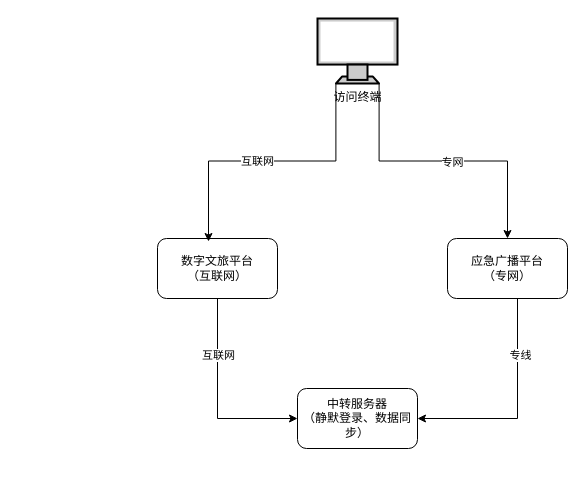
The draw.io diagram 应急广播平台.drawio in z-cloud-z/draw, before the edit. Source tidied: cells renumbered, new cells numbered last; positions are measured from the earlier drawing's top-left corner, leaving out a move shared by most shapes. Both pictures are drawn from the tidied source at 100%, with x=0, y=0 at pixel (157, 18).
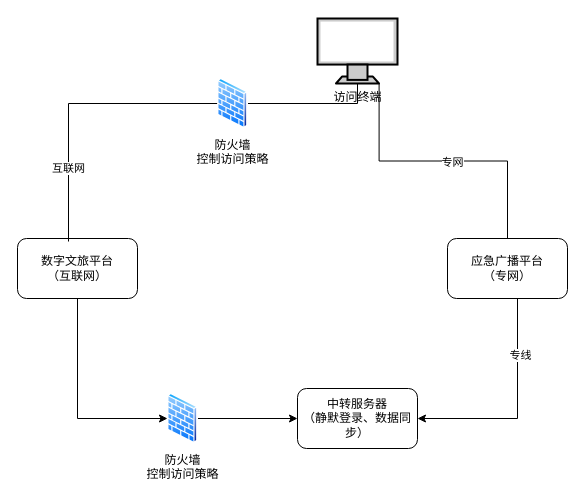
The same diagram, later.

Commit message (it also covers changes not shown here):
更新应急广播平台.drawio

The change refers to these unchanged cells:
```xml
<mxCell id="7" value="应急广播平台&lt;div&gt;（专网）&lt;/div&gt;" style="rounded=1;whiteSpace=wrap;html=1;" parent="1" vertex="1">
  <mxGeometry x="290" y="220" width="120" height="60" as="geometry" />
</mxCell>
<mxCell id="10" value="访问终端" style="fontColor=#000000;verticalAlign=top;verticalLabelPosition=bottom;labelPosition=center;align=center;html=1;outlineConnect=0;fillColor=#CCCCCC;strokeColor=#000000;gradientColor=none;gradientDirection=north;strokeWidth=2;shape=mxgraph.networks.monitor;" parent="1" vertex="1">
  <mxGeometry x="160" width="80" height="65" as="geometry" />
</mxCell>
<mxCell id="13" value="中转服务器&lt;div&gt;（静默登录、数据同步）&lt;/div&gt;" style="rounded=1;whiteSpace=wrap;html=1;" parent="1" vertex="1">
  <mxGeometry x="140" y="370" width="120" height="60" as="geometry" />
</mxCell>
```

The edit, as a diff of the source:
```diff
@@
-    <mxCell id="2" style="edgeStyle=orthogonalEdgeStyle;rounded=0;jettySize=auto;html=1;entryX=0;entryY=0.5;entryDx=0;entryDy=0;" parent="1" edge="1" source="4" target="13">
-      <mxGeometry relative="1" as="geometry">
-        <Array as="points">
-          <mxPoint x="60" y="400" />
-        </Array>
-      </mxGeometry>
-    </mxCell>
-    <mxCell id="3" value="互联网" style="edgeLabel;html=1;align=center;verticalAlign=middle;" parent="2" vertex="1">
-      <mxGeometry x="-0.44" relative="1" as="geometry" />
-    </mxCell>
+    <mxCell id="14" style="edgeStyle=orthogonalEdgeStyle;rounded=0;jettySize=auto;html=1;entryX=0;entryY=0.5;entryDx=0;entryDy=0;" parent="1" edge="1" source="4" target="18">
+      <mxGeometry relative="1" as="geometry">
+        <Array as="points">
+          <mxPoint x="-80" y="400" />
+        </Array>
+      </mxGeometry>
+    </mxCell>
     <mxCell id="4" value="数字文旅平台&lt;br&gt;（互联网）" style="rounded=1;whiteSpace=wrap;html=1;" parent="1" vertex="1">
-      <mxGeometry y="220" width="120" height="60" as="geometry" />
+      <mxGeometry x="-140" y="220" width="120" height="60" as="geometry" />
     </mxCell>
@@
-    <mxCell id="8" style="edgeStyle=orthogonalEdgeStyle;rounded=0;jettySize=auto;html=1;entryX=0.5;entryY=0;entryDx=0;entryDy=0;exitX=0.77;exitY=1;exitDx=0;exitDy=0;exitPerimeter=0;" parent="1" edge="1" source="10" target="7">
+    <mxCell id="8" style="edgeStyle=orthogonalEdgeStyle;rounded=0;jettySize=auto;html=1;entryX=0.5;entryY=0;entryDx=0;entryDy=0;exitX=0.77;exitY=1;exitDx=0;exitDy=0;exitPerimeter=0;endArrow=none;endFill=0;" parent="1" edge="1" source="10" target="7">
       <mxGeometry relative="1" as="geometry" />
     </mxCell>
@@
-    <mxCell id="11" style="edgeStyle=orthogonalEdgeStyle;rounded=0;jettySize=auto;html=1;entryX=0.425;entryY=0.05;entryDx=0;entryDy=0;entryPerimeter=0;exitX=0.23;exitY=1;exitDx=0;exitDy=0;exitPerimeter=0;" parent="1" edge="1" source="10" target="4">
+    <mxCell id="11" style="edgeStyle=orthogonalEdgeStyle;rounded=0;jettySize=auto;html=1;entryX=0.425;entryY=0.05;entryDx=0;entryDy=0;entryPerimeter=0;exitX=0;exitY=0.5;exitDx=0;exitDy=0;endArrow=none;endFill=0;" parent="1" edge="1" source="15" target="4">
       <mxGeometry relative="1" as="geometry" />
     </mxCell>
     <mxCell id="12" value="互联网" style="edgeLabel;html=1;align=center;verticalAlign=middle;" parent="11" vertex="1">
       <mxGeometry x="0.09" y="-1" relative="1" as="geometry">
-        <mxPoint y="1" as="offset" />
+        <mxPoint y="57" as="offset" />
       </mxGeometry>
     </mxCell>
@@
+    <mxCell id="15" value="防火墙&lt;div&gt;控制访问策略&lt;/div&gt;" style="image;perimeter=ellipsePerimeter;html=1;align=center;shadow=0;dashed=0;spacingTop=3;image=img/lib/active_directory/firewall.svg;" parent="1" vertex="1">
+      <mxGeometry x="60" y="60" width="30.5" height="50" as="geometry" />
+    </mxCell>
+    <mxCell id="16" style="edgeStyle=orthogonalEdgeStyle;rounded=0;jettySize=auto;html=1;entryX=0.5;entryY=1;entryDx=0;entryDy=0;entryPerimeter=0;endArrow=none;endFill=0;" parent="1" edge="1" source="15" target="10">
+      <mxGeometry relative="1" as="geometry" />
+    </mxCell>
+    <mxCell id="17" style="edgeStyle=orthogonalEdgeStyle;rounded=0;jettySize=auto;html=1;" parent="1" edge="1" source="18" target="13">
+      <mxGeometry relative="1" as="geometry" />
+    </mxCell>
+    <mxCell id="18" value="防火墙&lt;div&gt;控制访问策略&lt;/div&gt;" style="image;perimeter=ellipsePerimeter;html=1;align=center;shadow=0;dashed=0;spacingTop=3;image=img/lib/active_directory/firewall.svg;" parent="1" vertex="1">
+      <mxGeometry x="10" y="375" width="30.5" height="50" as="geometry" />
+    </mxCell>
```
